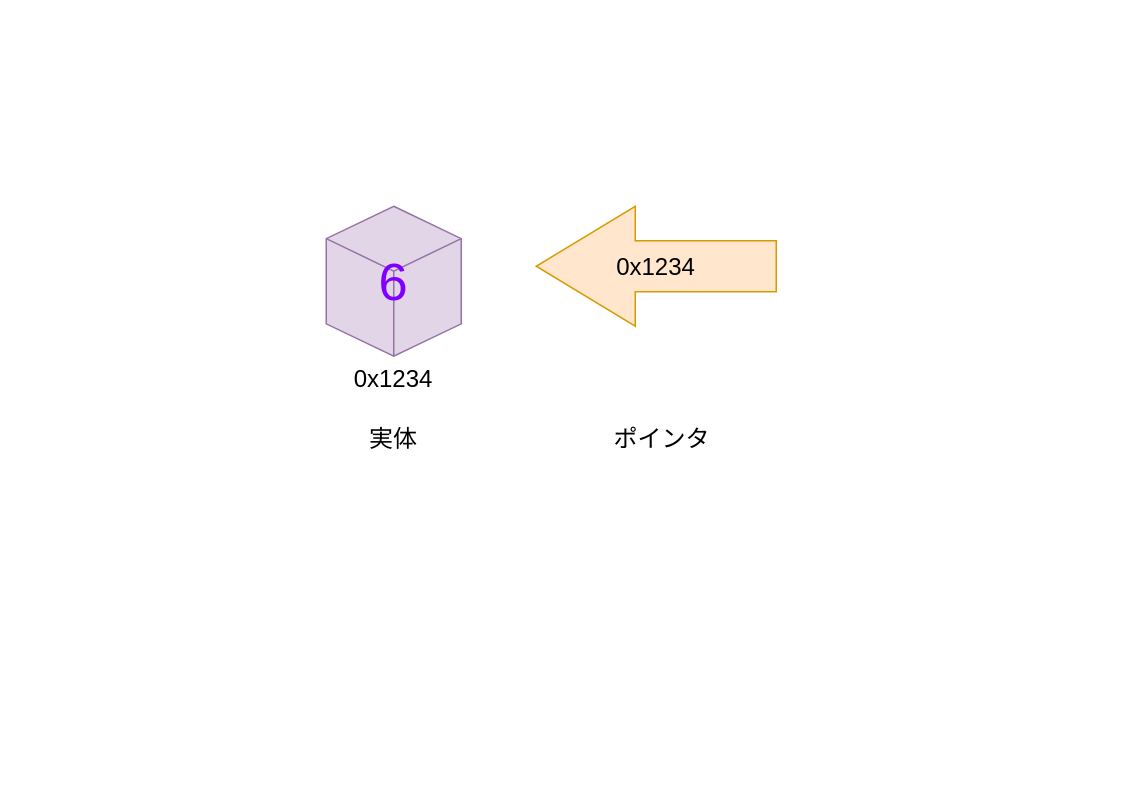
Earlier version of the draw.io diagram img/pointer.drawio (KonekoPhysics/c_pointers). Source tidied: cells renumbered, new cells numbered last; positions are measured from the earlier drawing's top-left corner, leaving out a move shared by most shapes. Both pictures are drawn from the tidied source at 150%, with x=0, y=0 at pixel (326, 206).
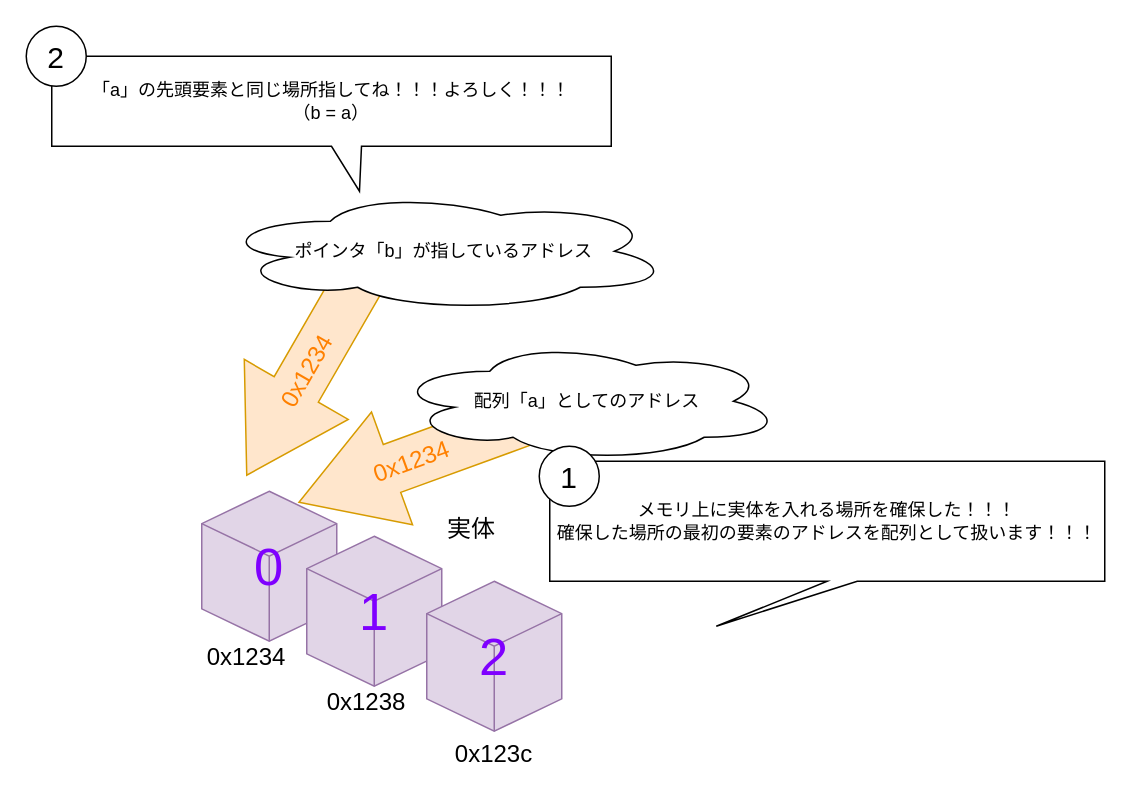
The same page after the edit.

Change to the diagram source:
```diff
@@
 <mxGraphModel>
   <root>
     <mxCell id="0" />
     <mxCell id="1" parent="0" />
-    <mxCell id="2" value="&lt;font color=&quot;#7f00ff&quot; style=&quot;font-size: 35px;&quot;&gt;6&lt;/font&gt;" style="html=1;whiteSpace=wrap;shape=isoCube2;backgroundOutline=1;isoAngle=15;fillColor=#e1d5e7;strokeColor=#9673a6;" parent="1" vertex="1">
-      <mxGeometry width="90" height="100" as="geometry" />
-    </mxCell>
-    <mxCell id="3" value="0x1234" style="text;html=1;strokeColor=none;fillColor=none;align=center;verticalAlign=middle;whiteSpace=wrap;rounded=0;fontSize=16;" parent="1" vertex="1">
-      <mxGeometry x="15" y="100" width="60" height="30" as="geometry" />
+    <mxCell id="3" value="0x1238" style="text;html=1;strokeColor=none;fillColor=none;align=center;verticalAlign=middle;whiteSpace=wrap;rounded=0;fontSize=16;" parent="1" vertex="1">
+      <mxGeometry x="-3" y="315" width="60" height="30" as="geometry" />
     </mxCell>
-    <mxCell id="4" value="0x1234" style="shape=singleArrow;direction=west;whiteSpace=wrap;html=1;arrowWidth=0.425;arrowSize=0.4125;fillColor=#ffe6cc;strokeColor=#d79b00;fontSize=16;" parent="1" vertex="1">
-      <mxGeometry x="140" width="160" height="80" as="geometry" />
-    </mxCell>
     <mxCell id="5" value="実体" style="text;html=1;strokeColor=none;fillColor=none;align=center;verticalAlign=middle;whiteSpace=wrap;rounded=0;fontSize=16;" parent="1" vertex="1">
-      <mxGeometry x="15" y="140" width="60" height="30" as="geometry" />
+      <mxGeometry x="67" y="200" width="60" height="30" as="geometry" />
     </mxCell>
-    <mxCell id="6" value="ポインタ" style="text;html=1;strokeColor=none;fillColor=none;align=center;verticalAlign=middle;whiteSpace=wrap;rounded=0;fontSize=16;" parent="1" vertex="1">
-      <mxGeometry x="174" y="140" width="100" height="30" as="geometry" />
-    </mxCell>
+    <mxCell id="7" value="&lt;font color=&quot;#7f00ff&quot;&gt;&lt;span style=&quot;font-size: 35px;&quot;&gt;0&lt;/span&gt;&lt;/font&gt;" style="html=1;whiteSpace=wrap;shape=isoCube2;backgroundOutline=1;isoAngle=15;fillColor=#e1d5e7;strokeColor=#9673a6;" parent="1" vertex="1">
+      <mxGeometry x="-83" y="190" width="90" height="100" as="geometry" />
+    </mxCell>
+    <mxCell id="8" value="&lt;font color=&quot;#7f00ff&quot;&gt;&lt;span style=&quot;font-size: 35px;&quot;&gt;1&lt;/span&gt;&lt;/font&gt;" style="html=1;whiteSpace=wrap;shape=isoCube2;backgroundOutline=1;isoAngle=15;fillColor=#e1d5e7;strokeColor=#9673a6;" parent="1" vertex="1">
+      <mxGeometry x="-13" y="220" width="90" height="100" as="geometry" />
+    </mxCell>
+    <mxCell id="9" value="&lt;font color=&quot;#7f00ff&quot;&gt;&lt;span style=&quot;font-size: 35px;&quot;&gt;2&lt;/span&gt;&lt;/font&gt;" style="html=1;whiteSpace=wrap;shape=isoCube2;backgroundOutline=1;isoAngle=15;fillColor=#e1d5e7;strokeColor=#9673a6;" parent="1" vertex="1">
+      <mxGeometry x="67" y="250" width="90" height="100" as="geometry" />
+    </mxCell>
+    <mxCell id="10" value="0x1234" style="text;html=1;strokeColor=none;fillColor=none;align=center;verticalAlign=middle;whiteSpace=wrap;rounded=0;fontSize=16;" parent="1" vertex="1">
+      <mxGeometry x="-83" y="285" width="60" height="30" as="geometry" />
+    </mxCell>
+    <mxCell id="11" value="0x123c" style="text;html=1;strokeColor=none;fillColor=none;align=center;verticalAlign=middle;whiteSpace=wrap;rounded=0;fontSize=16;" parent="1" vertex="1">
+      <mxGeometry x="82" y="350" width="60" height="30" as="geometry" />
+    </mxCell>
+    <mxCell id="12" value="0x1234" style="shape=singleArrow;direction=west;whiteSpace=wrap;html=1;arrowWidth=0.425;arrowSize=0.4125;fillColor=#ffe6cc;strokeColor=#d79b00;fontSize=16;fontColor=#FF8000;rotation=-20;" parent="1" vertex="1">
+      <mxGeometry x="-23" y="130" width="160" height="80" as="geometry" />
+    </mxCell>
+    <mxCell id="13" value="メモリ上に実体を入れる場所を確保した！！！&lt;br&gt;確保した場所の最初の要素のアドレスを配列として扱います！！！" style="shape=callout;whiteSpace=wrap;html=1;perimeter=calloutPerimeter;position2=0.3;" parent="1" vertex="1">
+      <mxGeometry x="149" y="170" width="370" height="110" as="geometry" />
+    </mxCell>
+    <mxCell id="14" value="0x1234" style="shape=singleArrow;direction=west;whiteSpace=wrap;html=1;arrowWidth=0.425;arrowSize=0.4125;fillColor=#ffe6cc;strokeColor=#d79b00;fontSize=16;fontColor=#FF8000;rotation=-60;" parent="1" vertex="1">
+      <mxGeometry x="-93" y="70" width="160" height="80" as="geometry" />
+    </mxCell>
+    <mxCell id="15" value="配列「a」としてのアドレス" style="ellipse;shape=cloud;whiteSpace=wrap;html=1;" parent="1" vertex="1">
+      <mxGeometry x="44" y="90" width="260" height="80" as="geometry" />
+    </mxCell>
+    <mxCell id="16" value="ポインタ「b」が指しているアドレス" style="ellipse;shape=cloud;whiteSpace=wrap;html=1;" parent="1" vertex="1">
+      <mxGeometry x="-73" y="-10" width="303" height="80" as="geometry" />
+    </mxCell>
+    <mxCell id="17" value="「a」の先頭要素と同じ場所指してね！！！よろしく！！！&lt;br&gt;（b = a）" style="shape=callout;whiteSpace=wrap;html=1;perimeter=calloutPerimeter;position2=0.55;" parent="1" vertex="1">
+      <mxGeometry x="-183" y="-100" width="373" height="90" as="geometry" />
+    </mxCell>
+    <mxCell id="18" value="&lt;font style=&quot;font-size: 20px;&quot;&gt;1&lt;/font&gt;" style="ellipse;whiteSpace=wrap;html=1;fontSize=20;" parent="1" vertex="1">
+      <mxGeometry x="142" y="160" width="40" height="40" as="geometry" />
+    </mxCell>
+    <mxCell id="19" value="2" style="ellipse;whiteSpace=wrap;html=1;fontSize=20;" parent="1" vertex="1">
+      <mxGeometry x="-200" y="-120" width="40" height="40" as="geometry" />
+    </mxCell>
   </root>
 </mxGraphModel>
```
